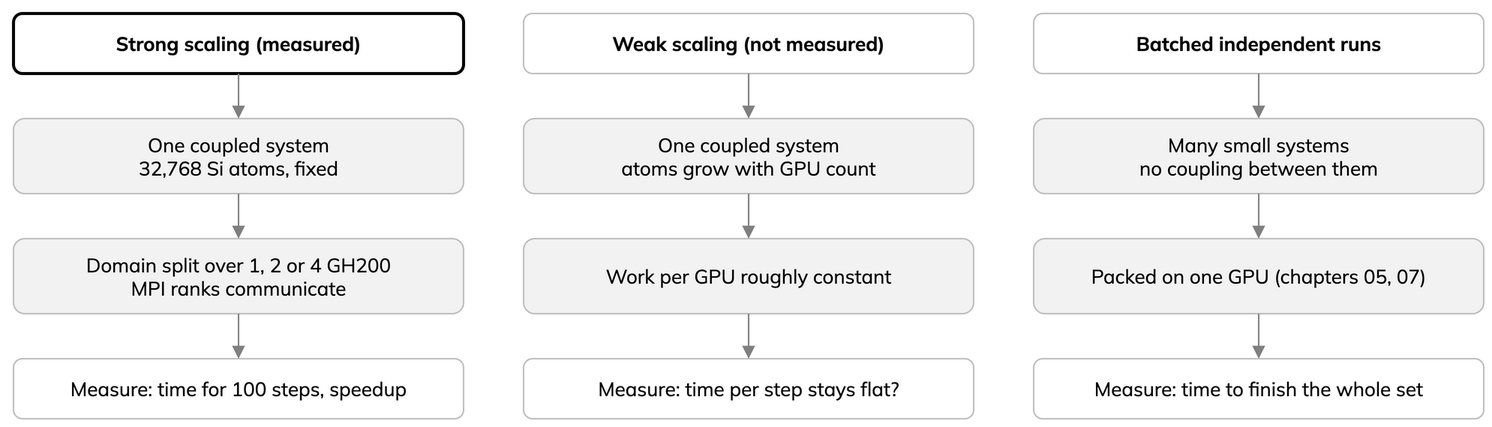
Before: _static/08-scaling-modes.drawio.png, a diagram exported from draw.io (ENCCS/mlip-hands-on). Source tidied: cells renumbered, new cells last; positions are measured from the earlier drawing's top-left corner, leaving out a move shared by most shapes.
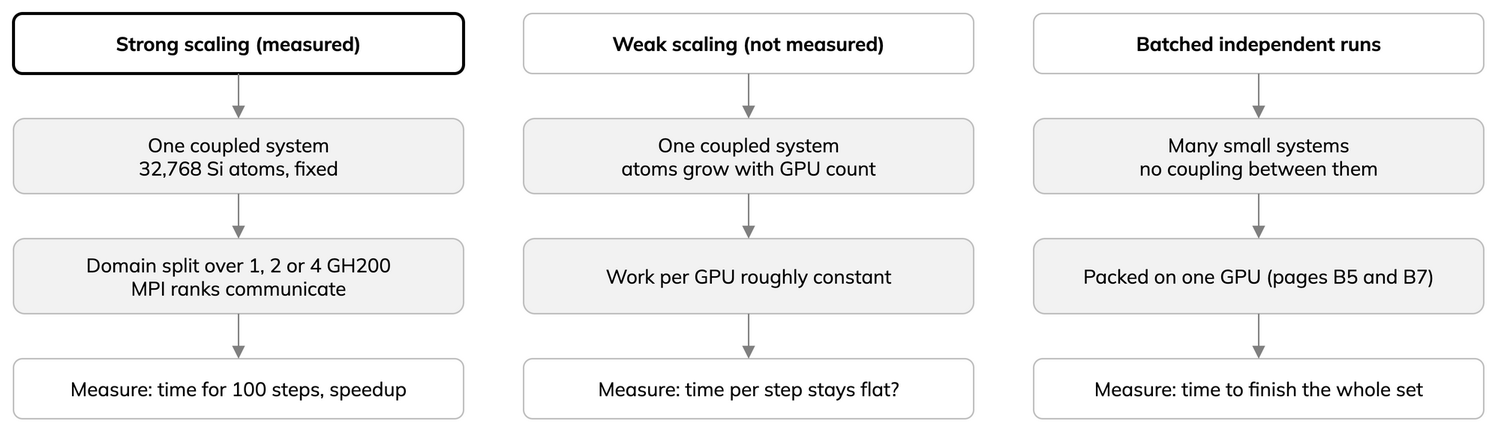
The same diagram one commit later.

Commit message:
Refer to Part B pages by B labels

Diff of the diagram source:
```diff
@@ -26,7 +26,7 @@
     <mxCell id="9" value="Work per GPU roughly constant" style="rounded=1;whiteSpace=wrap;html=1;fontFamily=Mulish;fontSize=13;strokeColor=#BFBFBF;fillColor=#F2F2F2;" parent="1" vertex="1">
       <mxGeometry x="340" y="150" width="300" height="50" as="geometry" />
     </mxCell>
-    <mxCell id="10" value="Packed on one GPU (chapters 05, 07)" style="rounded=1;whiteSpace=wrap;html=1;fontFamily=Mulish;fontSize=13;strokeColor=#BFBFBF;fillColor=#F2F2F2;" parent="1" vertex="1">
+    <mxCell id="10" value="Packed on one GPU (pages B5 and B7)" style="rounded=1;whiteSpace=wrap;html=1;fontFamily=Mulish;fontSize=13;strokeColor=#BFBFBF;fillColor=#F2F2F2;" parent="1" vertex="1">
       <mxGeometry x="680" y="150" width="300" height="50" as="geometry" />
     </mxCell>
     <mxCell id="11" value="Measure: time for 100 steps, speedup" style="rounded=1;whiteSpace=wrap;html=1;fontFamily=Mulish;fontSize=13;strokeColor=#BFBFBF;fillColor=#FFFFFF;" parent="1" vertex="1">
```
